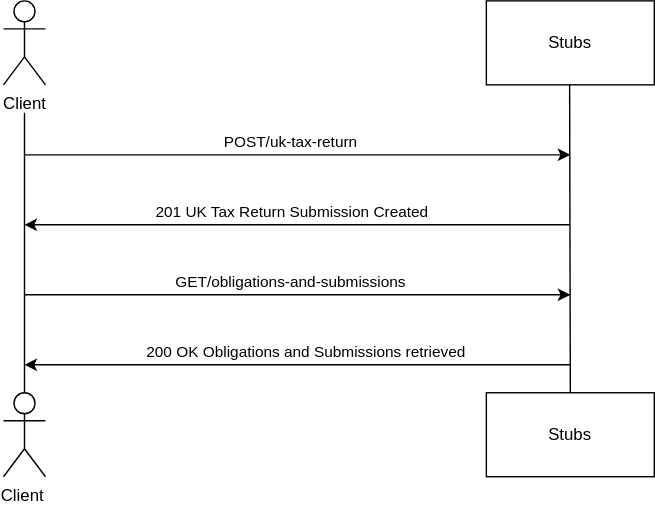
The draw.io diagram source/documentation/figures/submituktr-test-sequence.svg in hmrc/pillar2-service-guide, before a commit. Source tidied: cells renumbered, new cells last; positions are measured from the earlier drawing's top-left corner, leaving out a move shared by most shapes. The source it was exported from:
```xml
<mxGraphModel>
  <root>
    <mxCell id="0" />
    <mxCell id="1" parent="0" />
    <mxCell id="2" value="Client" style="shape=umlActor;verticalLabelPosition=bottom;verticalAlign=top;html=1;" parent="1" vertex="1">
      <mxGeometry width="30" height="60" as="geometry" />
    </mxCell>
    <mxCell id="3" value="Client&amp;nbsp;" style="shape=umlActor;verticalLabelPosition=bottom;verticalAlign=top;html=1;" parent="1" vertex="1">
      <mxGeometry y="280" width="30" height="60" as="geometry" />
    </mxCell>
    <mxCell id="4" style="endArrow=none;html=1;rounded=0;" parent="1" edge="1">
      <mxGeometry relative="1" as="geometry">
        <mxPoint x="15" y="280" as="sourcePoint" />
        <mxPoint x="15" y="80" as="targetPoint" />
      </mxGeometry>
    </mxCell>
    <mxCell id="5" value="Stubs" style="rounded=0;whiteSpace=wrap;html=1;" parent="1" vertex="1">
      <mxGeometry x="345" width="120" height="60" as="geometry" />
    </mxCell>
    <mxCell id="6" value="Stubs" style="rounded=0;whiteSpace=wrap;html=1;" parent="1" vertex="1">
      <mxGeometry x="345" y="280" width="120" height="60" as="geometry" />
    </mxCell>
    <mxCell id="7" style="endArrow=none;html=1;rounded=0;exitX=0.5;exitY=0;exitDx=0;exitDy=0;" parent="1" edge="1" source="6">
      <mxGeometry relative="1" as="geometry">
        <mxPoint x="404.5" y="60" as="targetPoint" />
      </mxGeometry>
    </mxCell>
    <mxCell id="8" style="endArrow=classic;html=1;rounded=0;" parent="1" edge="1">
      <mxGeometry relative="1" as="geometry">
        <mxPoint x="15" y="110" as="sourcePoint" />
        <mxPoint x="405" y="110" as="targetPoint" />
      </mxGeometry>
    </mxCell>
    <mxCell id="9" value="POST/uk-tax-return" style="edgeLabel;html=1;align=center;verticalAlign=middle;" parent="8" vertex="1">
      <mxGeometry x="-0.19" relative="1" as="geometry">
        <mxPoint x="31" y="-10" as="offset" />
      </mxGeometry>
    </mxCell>
    <mxCell id="10" style="endArrow=classic;html=1;rounded=0;" parent="1" edge="1">
      <mxGeometry relative="1" as="geometry">
        <mxPoint x="405" y="160" as="sourcePoint" />
        <mxPoint x="15" y="160" as="targetPoint" />
      </mxGeometry>
    </mxCell>
    <mxCell id="11" value="201 UK Tax Return Submission Created" style="edgeLabel;html=1;align=center;verticalAlign=middle;" parent="10" vertex="1">
      <mxGeometry x="0.13" relative="1" as="geometry">
        <mxPoint x="20" y="-10" as="offset" />
      </mxGeometry>
    </mxCell>
    <mxCell id="12" style="endArrow=classic;html=1;rounded=0;" parent="1" edge="1">
      <mxGeometry relative="1" as="geometry">
        <mxPoint x="15" y="210" as="sourcePoint" />
        <mxPoint x="405" y="210" as="targetPoint" />
      </mxGeometry>
    </mxCell>
    <mxCell id="13" value="GET/obligations-and-submissions" style="edgeLabel;html=1;align=center;verticalAlign=middle;" parent="12" vertex="1">
      <mxGeometry x="-0.15" y="-2" relative="1" as="geometry">
        <mxPoint x="23" y="-12" as="offset" />
      </mxGeometry>
    </mxCell>
    <mxCell id="14" style="endArrow=classic;html=1;rounded=0;" parent="1" edge="1">
      <mxGeometry relative="1" as="geometry">
        <mxPoint x="405" y="260" as="sourcePoint" />
        <mxPoint x="15" y="260" as="targetPoint" />
      </mxGeometry>
    </mxCell>
    <mxCell id="15" value="200 OK Obligations and Submissions retrieved" style="edgeLabel;html=1;align=center;verticalAlign=middle;" parent="14" vertex="1">
      <mxGeometry y="2" relative="1" as="geometry">
        <mxPoint x="5" y="-12" as="offset" />
      </mxGeometry>
    </mxCell>
  </root>
</mxGraphModel>
```
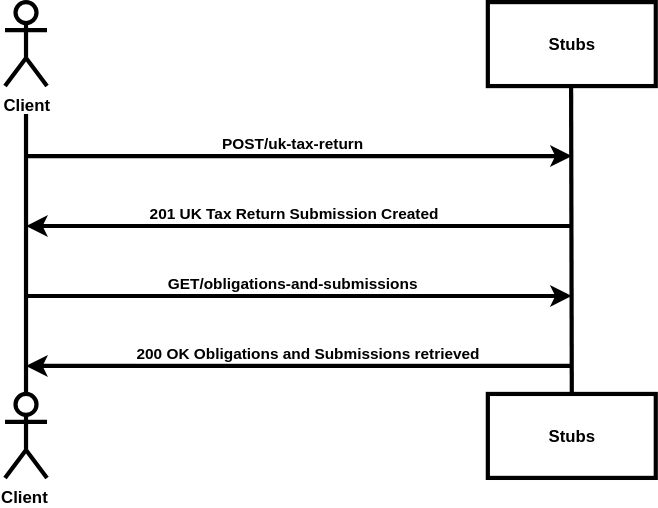
The same diagram one commit later.

Diff of the diagram source:
```diff
@@ -2,69 +2,69 @@
   <root>
     <mxCell id="0" />
     <mxCell id="1" parent="0" />
-    <mxCell id="2" value="Client" style="shape=umlActor;verticalLabelPosition=bottom;verticalAlign=top;html=1;" parent="1" vertex="1">
+    <mxCell id="2" value="Client" style="shape=umlActor;verticalLabelPosition=bottom;verticalAlign=top;html=1;fontStyle=1;strokeWidth=3;" parent="1" vertex="1">
       <mxGeometry width="30" height="60" as="geometry" />
     </mxCell>
-    <mxCell id="3" value="Client&amp;nbsp;" style="shape=umlActor;verticalLabelPosition=bottom;verticalAlign=top;html=1;" parent="1" vertex="1">
+    <mxCell id="3" value="Client&amp;nbsp;" style="shape=umlActor;verticalLabelPosition=bottom;verticalAlign=top;html=1;fontStyle=1;strokeWidth=3;" parent="1" vertex="1">
       <mxGeometry y="280" width="30" height="60" as="geometry" />
     </mxCell>
-    <mxCell id="4" style="endArrow=none;html=1;rounded=0;" parent="1" edge="1">
+    <mxCell id="4" style="endArrow=none;html=1;rounded=0;fontStyle=1;strokeWidth=3;" parent="1" edge="1">
       <mxGeometry relative="1" as="geometry">
         <mxPoint x="15" y="280" as="sourcePoint" />
         <mxPoint x="15" y="80" as="targetPoint" />
       </mxGeometry>
     </mxCell>
-    <mxCell id="5" value="Stubs" style="rounded=0;whiteSpace=wrap;html=1;" parent="1" vertex="1">
+    <mxCell id="5" value="Stubs" style="rounded=0;whiteSpace=wrap;html=1;fontStyle=1;strokeWidth=3;" parent="1" vertex="1">
       <mxGeometry x="345" width="120" height="60" as="geometry" />
     </mxCell>
-    <mxCell id="6" value="Stubs" style="rounded=0;whiteSpace=wrap;html=1;" parent="1" vertex="1">
+    <mxCell id="6" value="Stubs" style="rounded=0;whiteSpace=wrap;html=1;fontStyle=1;strokeWidth=3;" parent="1" vertex="1">
       <mxGeometry x="345" y="280" width="120" height="60" as="geometry" />
     </mxCell>
-    <mxCell id="7" style="endArrow=none;html=1;rounded=0;exitX=0.5;exitY=0;exitDx=0;exitDy=0;" parent="1" edge="1" source="6">
+    <mxCell id="7" style="endArrow=none;html=1;rounded=0;exitX=0.5;exitY=0;exitDx=0;exitDy=0;fontStyle=1;strokeWidth=3;" parent="1" edge="1" source="6">
       <mxGeometry relative="1" as="geometry">
         <mxPoint x="404.5" y="60" as="targetPoint" />
       </mxGeometry>
     </mxCell>
-    <mxCell id="8" style="endArrow=classic;html=1;rounded=0;" parent="1" edge="1">
+    <mxCell id="8" style="endArrow=classic;html=1;rounded=0;fontStyle=1;strokeWidth=3;" parent="1" edge="1">
       <mxGeometry relative="1" as="geometry">
         <mxPoint x="15" y="110" as="sourcePoint" />
         <mxPoint x="405" y="110" as="targetPoint" />
       </mxGeometry>
     </mxCell>
-    <mxCell id="9" value="POST/uk-tax-return" style="edgeLabel;html=1;align=center;verticalAlign=middle;" parent="8" vertex="1">
+    <mxCell id="9" value="POST/uk-tax-return" style="edgeLabel;html=1;align=center;verticalAlign=middle;fontStyle=1;" parent="8" vertex="1">
       <mxGeometry x="-0.19" relative="1" as="geometry">
         <mxPoint x="31" y="-10" as="offset" />
       </mxGeometry>
     </mxCell>
-    <mxCell id="10" style="endArrow=classic;html=1;rounded=0;" parent="1" edge="1">
+    <mxCell id="10" style="endArrow=classic;html=1;rounded=0;fontStyle=1;strokeWidth=3;" parent="1" edge="1">
       <mxGeometry relative="1" as="geometry">
         <mxPoint x="405" y="160" as="sourcePoint" />
         <mxPoint x="15" y="160" as="targetPoint" />
       </mxGeometry>
     </mxCell>
-    <mxCell id="11" value="201 UK Tax Return Submission Created" style="edgeLabel;html=1;align=center;verticalAlign=middle;" parent="10" vertex="1">
+    <mxCell id="11" value="201 UK Tax Return Submission Created" style="edgeLabel;html=1;align=center;verticalAlign=middle;fontStyle=1;" parent="10" vertex="1">
       <mxGeometry x="0.13" relative="1" as="geometry">
         <mxPoint x="20" y="-10" as="offset" />
       </mxGeometry>
     </mxCell>
-    <mxCell id="12" style="endArrow=classic;html=1;rounded=0;" parent="1" edge="1">
+    <mxCell id="12" style="endArrow=classic;html=1;rounded=0;fontStyle=1;strokeWidth=3;" parent="1" edge="1">
       <mxGeometry relative="1" as="geometry">
         <mxPoint x="15" y="210" as="sourcePoint" />
         <mxPoint x="405" y="210" as="targetPoint" />
       </mxGeometry>
     </mxCell>
-    <mxCell id="13" value="GET/obligations-and-submissions" style="edgeLabel;html=1;align=center;verticalAlign=middle;" parent="12" vertex="1">
+    <mxCell id="13" value="GET/obligations-and-submissions" style="edgeLabel;html=1;align=center;verticalAlign=middle;fontStyle=1;" parent="12" vertex="1">
       <mxGeometry x="-0.15" y="-2" relative="1" as="geometry">
         <mxPoint x="23" y="-12" as="offset" />
       </mxGeometry>
     </mxCell>
-    <mxCell id="14" style="endArrow=classic;html=1;rounded=0;" parent="1" edge="1">
+    <mxCell id="14" style="endArrow=classic;html=1;rounded=0;fontStyle=1;strokeWidth=3;" parent="1" edge="1">
       <mxGeometry relative="1" as="geometry">
         <mxPoint x="405" y="260" as="sourcePoint" />
         <mxPoint x="15" y="260" as="targetPoint" />
       </mxGeometry>
     </mxCell>
-    <mxCell id="15" value="200 OK Obligations and Submissions retrieved" style="edgeLabel;html=1;align=center;verticalAlign=middle;" parent="14" vertex="1">
+    <mxCell id="15" value="200 OK Obligations and Submissions retrieved" style="edgeLabel;html=1;align=center;verticalAlign=middle;fontStyle=1;" parent="14" vertex="1">
       <mxGeometry y="2" relative="1" as="geometry">
         <mxPoint x="5" y="-12" as="offset" />
       </mxGeometry>
```
